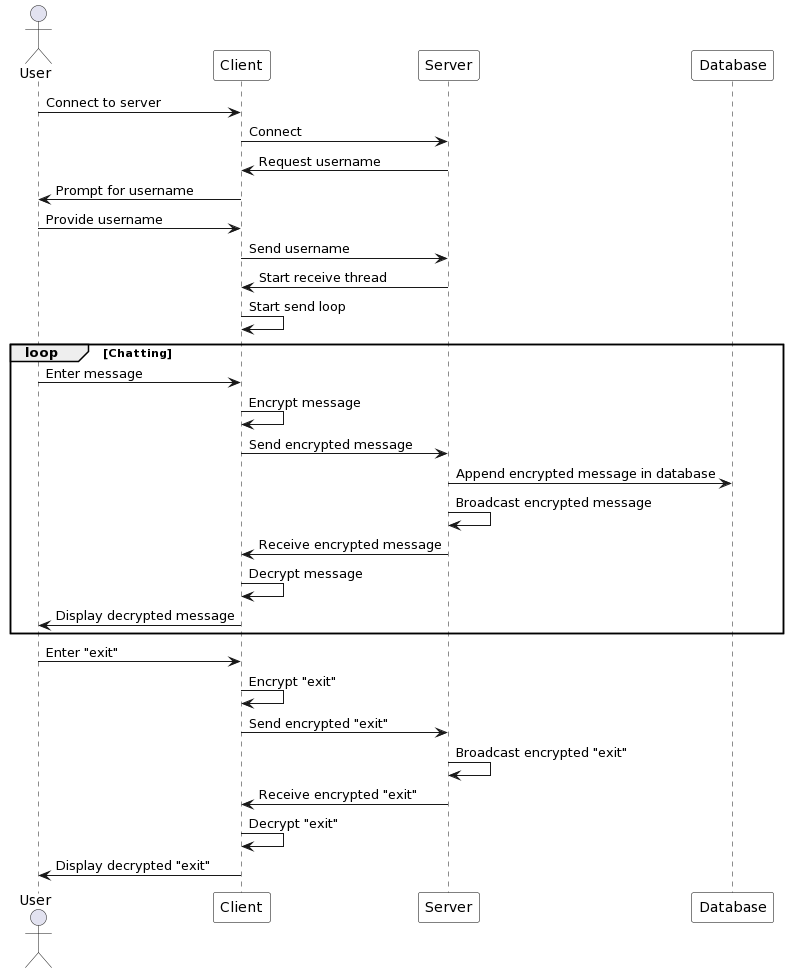
Above: usercase.png in QuHieu/Security-and-Ethics-for-Data (PlantUML), before the change. Its diagram source:
```plantuml
@startuml
skinparam participant {
    BackgroundColor White
    BorderColor Black
}

actor User as U
participant Client as C
participant Server as S
participant Database as D

U -> C: Connect to server
C -> S: Connect
S -> C: Request username
C -> U: Prompt for username
U -> C: Provide username
C -> S: Send username
S -> C: Start receive thread
C -> C: Start send loop

loop Chatting
    U -> C: Enter message
    C -> C: Encrypt message
    C -> S: Send encrypted message
    S -> D: Append encrypted message in database
    S -> S: Broadcast encrypted message
    S -> C: Receive encrypted message
    C -> C: Decrypt message
    C -> U: Display decrypted message
end

U -> C: Enter "exit"
C -> C: Encrypt "exit"
C -> S: Send encrypted "exit"
S -> S: Broadcast encrypted "exit"
S -> C: Receive encrypted "exit"
C -> C: Decrypt "exit"
C -> U: Display decrypted "exit"
@enduml
```
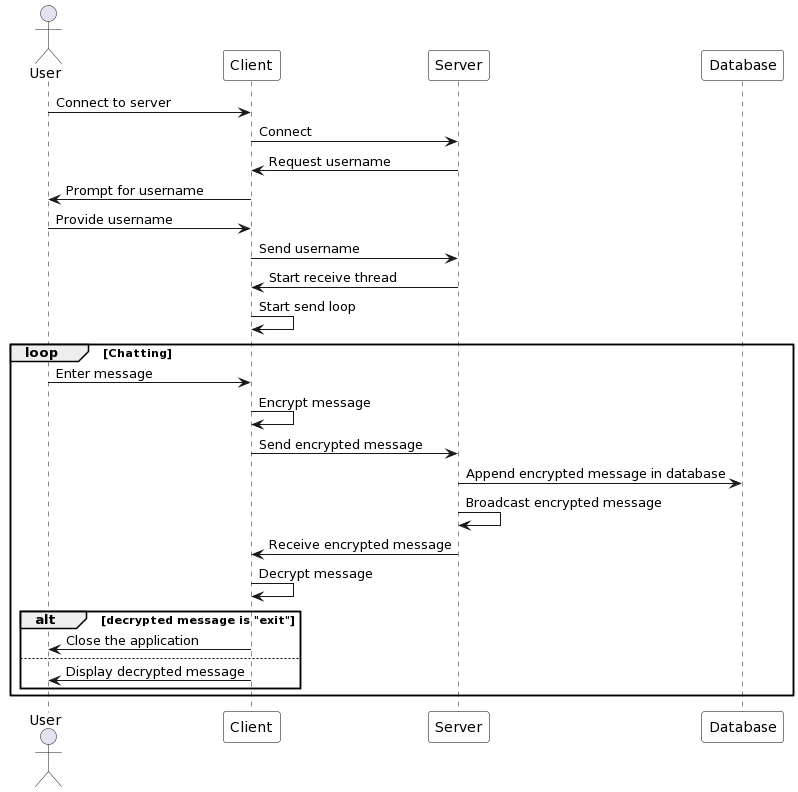
Later version of the same file.

Change to the diagram source:
```diff
@@ -26,14 +26,10 @@
     S -> S: Broadcast encrypted message
     S -> C: Receive encrypted message
     C -> C: Decrypt message
-    C -> U: Display decrypted message
+    alt decrypted message is "exit"
+        C -> U: Close the application
+    else
+        C -> U: Display decrypted message
+    end
 end
-
-U -> C: Enter "exit"
-C -> C: Encrypt "exit"
-C -> S: Send encrypted "exit"
-S -> S: Broadcast encrypted "exit"
-S -> C: Receive encrypted "exit"
-C -> C: Decrypt "exit"
-C -> U: Display decrypted "exit"
 @enduml
```
